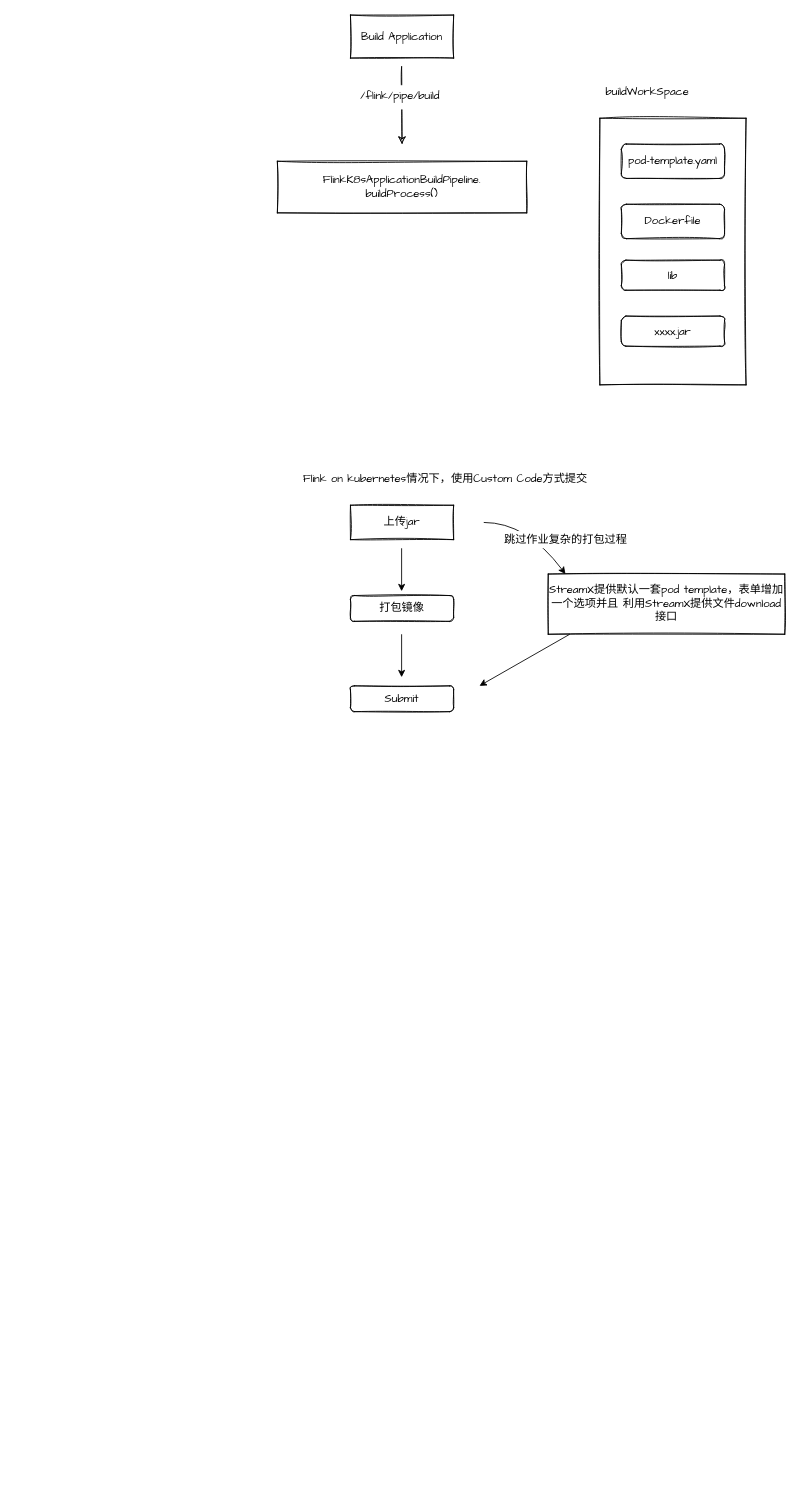
The draw.io diagram page "Build Application" (7 of 7) of Drawio/StreamX.drawio in xinzhuxiansheng/blog-notes, before the edit. Source tidied: cells renumbered, new cells numbered last; positions are measured from the earlier drawing's top-left corner, leaving out a move shared by most shapes. Both pictures are drawn from the tidied source at 86%, with x=0, y=0 at pixel (277, 15).
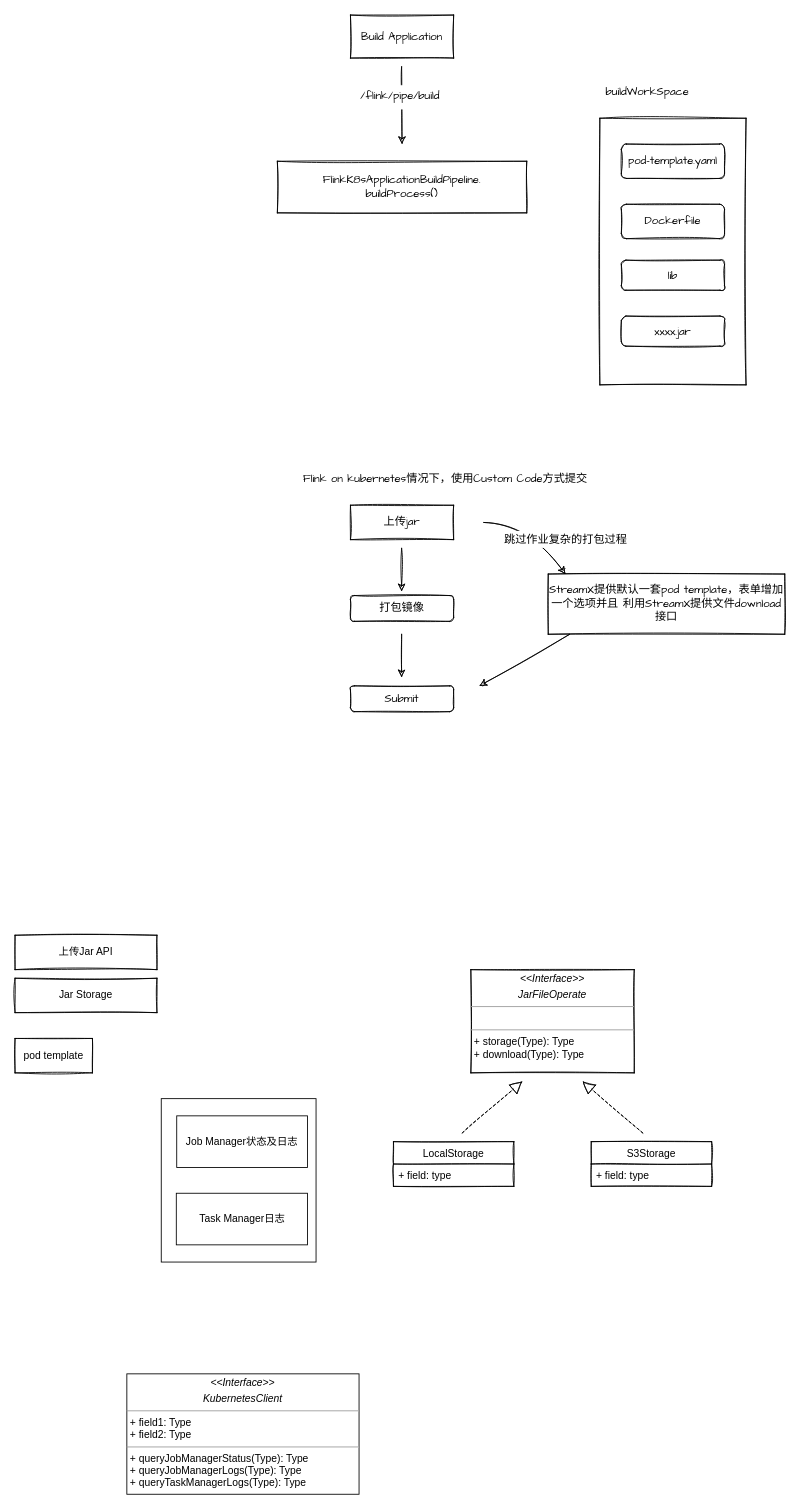
The same diagram, later.

The change refers to these unchanged cells:
```xml
<mxCell id="8" value="pod-template.yaml" style="rounded=1;whiteSpace=wrap;html=1;sketch=1;fontFamily=Comic Sans MS;fontSize=13;fillColor=none;" parent="1" vertex="1">
  <mxGeometry x="400" y="150" width="120" height="40" as="geometry" />
</mxCell>
```

Change to the diagram source:
```diff
@@
-    <mxCell id="7" value="&lt;span&gt;buildWorkSpace&lt;/span&gt;" style="text;html=1;align=center;verticalAlign=middle;strokeColor=none;fillColor=none;fontSize=13;fontFamily=Comic Sans MS;" parent="1" vertex="1">
+    <mxCell id="7" value="&lt;span&gt;buildWorkSpace&lt;/span&gt;" style="text;html=1;align=center;verticalAlign=middle;strokeColor=none;fillColor=none;fontSize=13;fontFamily=Comic Sans MS;sketch=1;" parent="1" vertex="1">
       <mxGeometry x="375" y="80" width="110" height="20" as="geometry" />
     </mxCell>
@@
-    <mxCell id="9" style="edgeStyle=orthogonalEdgeStyle;rounded=0;orthogonalLoop=1;jettySize=auto;html=1;exitX=0.5;exitY=1;exitDx=0;exitDy=0;fontFamily=Comic Sans MS;fontSize=13;" parent="1" edge="1" source="8" target="8">
+    <mxCell id="9" style="edgeStyle=orthogonalEdgeStyle;rounded=0;orthogonalLoop=1;jettySize=auto;html=1;exitX=0.5;exitY=1;exitDx=0;exitDy=0;fontFamily=Comic Sans MS;fontSize=13;sketch=1;" parent="1" edge="1" source="8" target="8">
       <mxGeometry relative="1" as="geometry" />
     </mxCell>
@@
-    <mxCell id="17" style="endArrow=classic;html=1;rounded=0;fontFamily=Comic Sans MS;fontSize=13;" parent="1" edge="1">
+    <mxCell id="17" style="endArrow=classic;html=1;rounded=0;fontFamily=Comic Sans MS;fontSize=13;sketch=1;" parent="1" edge="1">
       <mxGeometry relative="1" as="geometry">
         <mxPoint x="144.5" y="620" as="sourcePoint" />
         <mxPoint x="144.5" y="670" as="targetPoint" />
       </mxGeometry>
     </mxCell>
-    <mxCell id="18" style="endArrow=classic;html=1;rounded=0;fontFamily=Comic Sans MS;fontSize=13;" parent="1" edge="1">
+    <mxCell id="18" style="endArrow=classic;html=1;rounded=0;fontFamily=Comic Sans MS;fontSize=13;sketch=1;" parent="1" edge="1">
       <mxGeometry relative="1" as="geometry">
         <mxPoint x="144.5" y="720" as="sourcePoint" />
         <mxPoint x="144.5" y="770" as="targetPoint" />
       </mxGeometry>
     </mxCell>
-    <mxCell id="19" style="curved=1;endArrow=classic;html=1;rounded=0;fontFamily=Comic Sans MS;fontSize=13;" parent="1" edge="1">
+    <mxCell id="19" style="curved=1;endArrow=classic;html=1;rounded=0;fontFamily=Comic Sans MS;fontSize=13;sketch=1;" parent="1" edge="1">
       <mxGeometry relative="1" as="geometry">
         <mxPoint x="240" y="590" as="sourcePoint" />
         <mxPoint x="335" y="650" as="targetPoint" />
         <Array as="points">
           <mxPoint x="290" y="590" />
         </Array>
       </mxGeometry>
     </mxCell>
-    <mxCell id="20" style="endArrow=classic;html=1;rounded=0;fontFamily=Comic Sans MS;fontSize=13;" parent="1" edge="1">
+    <mxCell id="20" style="endArrow=classic;html=1;rounded=0;fontFamily=Comic Sans MS;fontSize=13;sketch=1;" parent="1" edge="1">
       <mxGeometry relative="1" as="geometry">
         <mxPoint x="340" y="720" as="sourcePoint" />
         <mxPoint x="235" y="780" as="targetPoint" />
       </mxGeometry>
     </mxCell>
-    <mxCell id="21" value="跳过作业复杂的打包过程" style="text;html=1;align=center;verticalAlign=middle;strokeColor=none;fillColor=default;fontSize=13;fontFamily=Comic Sans MS;" parent="1" vertex="1">
+    <mxCell id="21" value="跳过作业复杂的打包过程" style="text;html=1;align=center;verticalAlign=middle;strokeColor=none;fillColor=default;fontSize=13;fontFamily=Comic Sans MS;sketch=1;" parent="1" vertex="1">
       <mxGeometry x="255" y="600" width="160" height="20" as="geometry" />
     </mxCell>
-    <mxCell id="22" value="Flink on kubernetes情况下，使用Custom Code方式提交" style="text;html=1;align=center;verticalAlign=middle;strokeColor=none;fillColor=none;fontSize=13;fontFamily=Comic Sans MS;" parent="1" vertex="1">
+    <mxCell id="22" value="Flink on kubernetes情况下，使用Custom Code方式提交" style="text;html=1;align=center;verticalAlign=middle;strokeColor=none;fillColor=none;fontSize=13;fontFamily=Comic Sans MS;sketch=1;" parent="1" vertex="1">
       <mxGeometry x="25" y="530" width="340" height="20" as="geometry" />
     </mxCell>
+    <mxCell id="23" value="上传Jar API" style="rounded=0;whiteSpace=wrap;html=1;sketch=1;fillColor=none;" parent="1" vertex="1">
+      <mxGeometry x="-305" y="1070" width="165" height="40" as="geometry" />
+    </mxCell>
+    <mxCell id="24" value="Jar Storage" style="rounded=0;whiteSpace=wrap;html=1;sketch=1;fillColor=none;" parent="1" vertex="1">
+      <mxGeometry x="-305" y="1120" width="165" height="40" as="geometry" />
+    </mxCell>
+    <mxCell id="25" value="&lt;p style=&quot;margin: 0px ; margin-top: 4px ; text-align: center&quot;&gt;&lt;i&gt;&amp;lt;&amp;lt;Interface&amp;gt;&amp;gt;&lt;/i&gt;&lt;/p&gt;&lt;p style=&quot;margin: 0px ; margin-top: 4px ; text-align: center&quot;&gt;&lt;i&gt;JarFileOperate&lt;/i&gt;&lt;/p&gt;&lt;hr size=&quot;1&quot;&gt;&lt;p style=&quot;margin: 0px ; margin-left: 4px&quot;&gt;&lt;br&gt;&lt;/p&gt;&lt;hr size=&quot;1&quot;&gt;&lt;p style=&quot;margin: 0px ; margin-left: 4px&quot;&gt;+ storage(Type): Type&lt;br&gt;+ download(Type): Type&lt;/p&gt;" style="verticalAlign=top;align=left;overflow=fill;fontSize=12;fontFamily=Helvetica;html=1;fillColor=none;sketch=1;" parent="1" vertex="1">
+      <mxGeometry x="225" y="1110" width="190" height="120" as="geometry" />
+    </mxCell>
+    <mxCell id="26" value="LocalStorage" style="swimlane;fontStyle=0;horizontal=1;startSize=26;fillColor=none;sketch=1;" parent="1" vertex="1">
+      <mxGeometry x="135" y="1310" width="140" height="52" as="geometry" />
+    </mxCell>
+    <mxCell id="27" value="+ field: type" style="text;strokeColor=none;fillColor=none;align=left;verticalAlign=top;spacingLeft=4;spacingRight=4;overflow=hidden;sketch=1;" parent="26" vertex="1">
+      <mxGeometry y="26" width="140" height="26" as="geometry" />
+    </mxCell>
+    <mxCell id="28" value="S3Storage" style="swimlane;fontStyle=0;horizontal=1;startSize=26;fillColor=none;sketch=1;" parent="1" vertex="1">
+      <mxGeometry x="365" y="1310" width="140" height="52" as="geometry" />
+    </mxCell>
+    <mxCell id="29" value="+ field: type" style="text;strokeColor=none;fillColor=none;align=left;verticalAlign=top;spacingLeft=4;spacingRight=4;overflow=hidden;sketch=1;" parent="28" vertex="1">
+      <mxGeometry y="26" width="140" height="26" as="geometry" />
+    </mxCell>
+    <mxCell id="30" style="endArrow=block;dashed=1;endFill=0;endSize=12;html=1;rounded=0;sketch=1;" parent="1" edge="1">
+      <mxGeometry relative="1" as="geometry">
+        <mxPoint x="215" y="1300" as="sourcePoint" />
+        <mxPoint x="285" y="1240" as="targetPoint" />
+      </mxGeometry>
+    </mxCell>
+    <mxCell id="31" style="endArrow=block;dashed=1;endFill=0;endSize=12;html=1;rounded=0;sketch=1;" parent="1" edge="1">
+      <mxGeometry relative="1" as="geometry">
+        <mxPoint x="425" y="1300" as="sourcePoint" />
+        <mxPoint x="355" y="1240" as="targetPoint" />
+      </mxGeometry>
+    </mxCell>
+    <mxCell id="32" value="pod template" style="rounded=0;whiteSpace=wrap;html=1;fillColor=none;sketch=1;" parent="1" vertex="1">
+      <mxGeometry x="-305" y="1190" width="90" height="40" as="geometry" />
+    </mxCell>
+    <mxCell id="33" style="rounded=0;whiteSpace=wrap;html=1;fillColor=none;" parent="1" vertex="1">
+      <mxGeometry x="-135" y="1260" width="180" height="190" as="geometry" />
+    </mxCell>
+    <mxCell id="34" value="Job Manager状态及日志" style="rounded=0;whiteSpace=wrap;html=1;fillColor=none;" parent="1" vertex="1">
+      <mxGeometry x="-117" y="1280" width="152" height="60" as="geometry" />
+    </mxCell>
+    <mxCell id="35" value="Task Manager日志" style="rounded=0;whiteSpace=wrap;html=1;fillColor=none;" parent="1" vertex="1">
+      <mxGeometry x="-117.5" y="1370" width="152.5" height="60" as="geometry" />
+    </mxCell>
+    <mxCell id="36" value="&lt;p style=&quot;margin: 0px ; margin-top: 4px ; text-align: center&quot;&gt;&lt;i&gt;&amp;lt;&amp;lt;Interface&amp;gt;&amp;gt;&lt;/i&gt;&lt;br&gt;&lt;/p&gt;&lt;p style=&quot;margin: 0px ; margin-top: 4px ; text-align: center&quot;&gt;&lt;i&gt;KubernetesClient&lt;/i&gt;&lt;/p&gt;&lt;hr size=&quot;1&quot;&gt;&lt;p style=&quot;margin: 0px ; margin-left: 4px&quot;&gt;+ field1: Type&lt;br&gt;+ field2: Type&lt;/p&gt;&lt;hr size=&quot;1&quot;&gt;&lt;p style=&quot;margin: 0px ; margin-left: 4px&quot;&gt;+ queryJobManagerStatus(Type): Type&lt;br&gt;+ queryJobManagerLogs(Type): Type&lt;/p&gt;&lt;p style=&quot;margin: 0px ; margin-left: 4px&quot;&gt;+ queryTaskManagerLogs(Type): Type&lt;/p&gt;" style="verticalAlign=top;align=left;overflow=fill;fontSize=12;fontFamily=Helvetica;html=1;fillColor=none;" parent="1" vertex="1">
+      <mxGeometry x="-175" y="1580" width="270" height="140" as="geometry" />
+    </mxCell>
```
